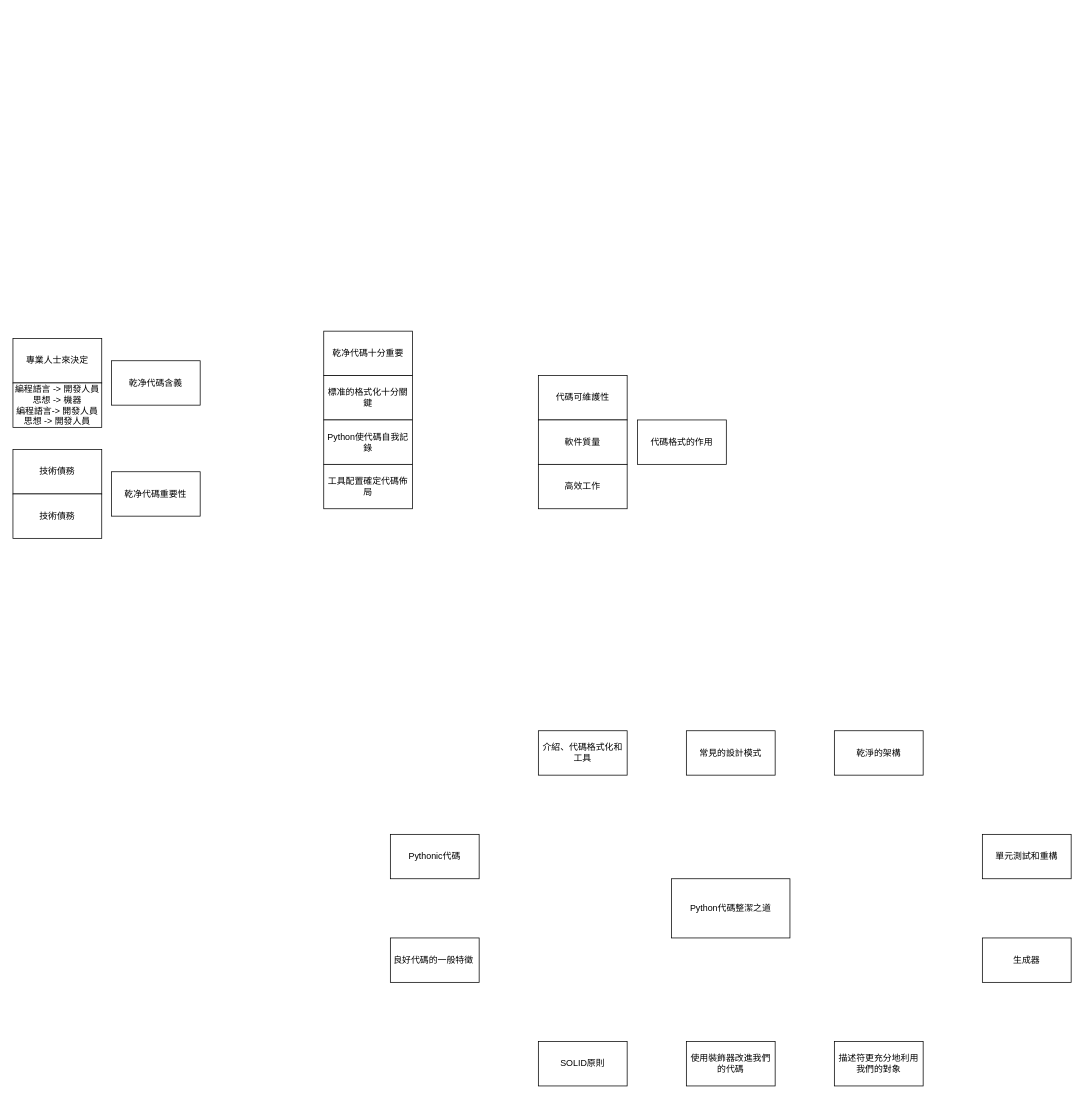
This is Python/CleanCodePython/clean_code.drawio from garylin92/Gary_Self_Media_Record, a draw.io file, before an edit. Source tidied: cells renumbered, new cells numbered last; positions are measured from the earlier drawing's top-left corner, leaving out a move shared by most shapes. Both pictures are drawn from the tidied source at 74%, with x=0, y=0 at pixel (13, 331).
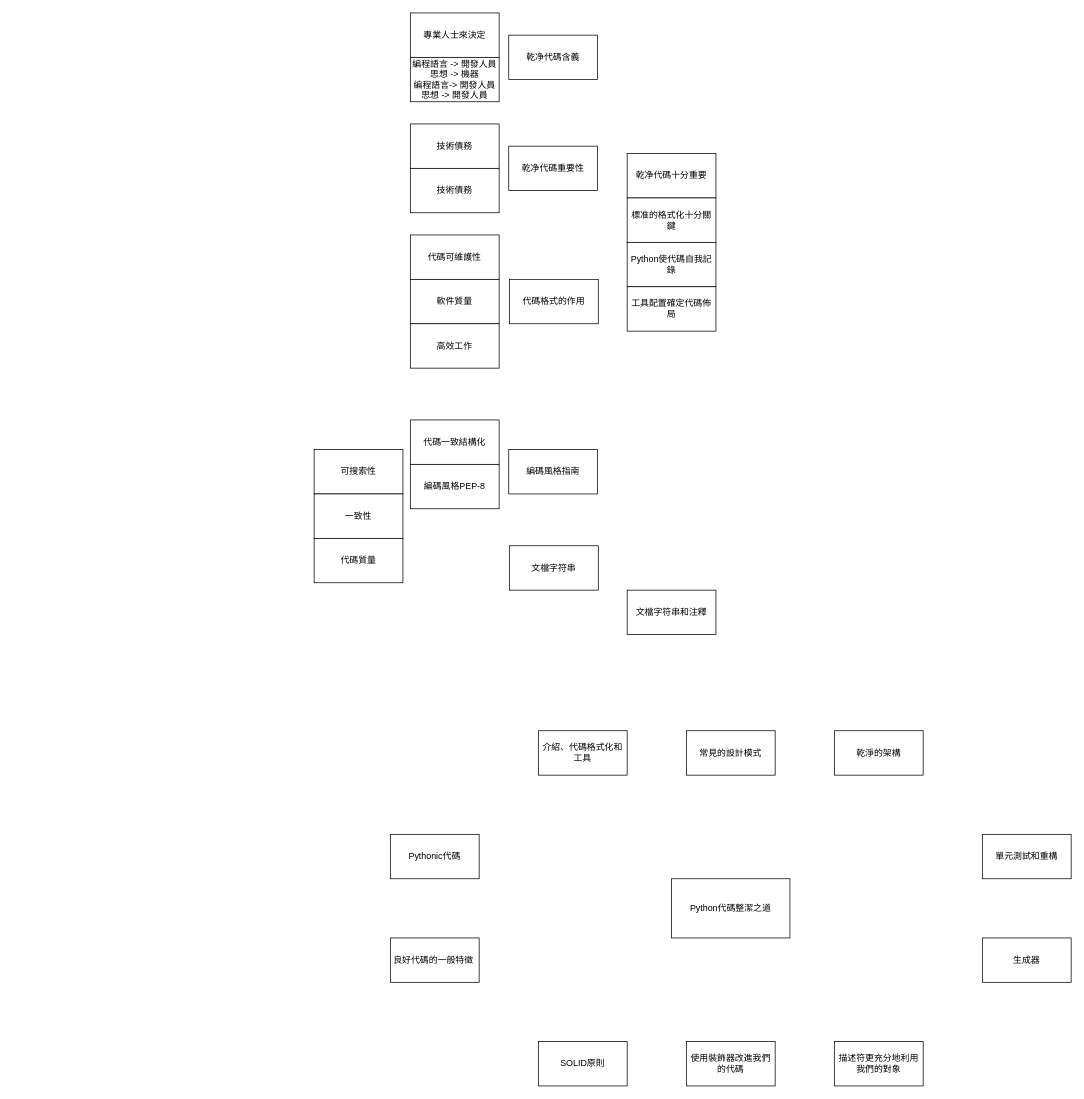
After the change.

Commit message:
[!] 更新心智圖

What changed in the source:
```diff
@@
     <mxCell id="13" value="乾净代碼十分重要" style="rounded=0;whiteSpace=wrap;html=1;" parent="1" vertex="1">
-      <mxGeometry x="420" width="120" height="60" as="geometry" />
+      <mxGeometry x="830" y="-240" width="120" height="60" as="geometry" />
     </mxCell>
     <mxCell id="14" value="標准的格式化十分關鍵" style="rounded=0;whiteSpace=wrap;html=1;" parent="1" vertex="1">
-      <mxGeometry x="420" y="60" width="120" height="60" as="geometry" />
+      <mxGeometry x="830" y="-180" width="120" height="60" as="geometry" />
     </mxCell>
     <mxCell id="15" value="Python使代碼自我記錄" style="rounded=0;whiteSpace=wrap;html=1;" parent="1" vertex="1">
-      <mxGeometry x="420" y="120" width="120" height="60" as="geometry" />
+      <mxGeometry x="830" y="-120" width="120" height="60" as="geometry" />
     </mxCell>
     <mxCell id="16" value="工具配置確定代碼佈局" style="rounded=0;whiteSpace=wrap;html=1;" parent="1" vertex="1">
-      <mxGeometry x="420" y="180" width="120" height="60" as="geometry" />
+      <mxGeometry x="830" y="-60" width="120" height="60" as="geometry" />
     </mxCell>
     <mxCell id="17" value="乾净代碼含義" style="rounded=0;whiteSpace=wrap;html=1;" parent="1" vertex="1">
-      <mxGeometry x="133" y="40" width="120" height="60" as="geometry" />
+      <mxGeometry x="670" y="-400" width="120" height="60" as="geometry" />
     </mxCell>
     <mxCell id="18" value="專業人士來決定" style="rounded=0;whiteSpace=wrap;html=1;" parent="1" vertex="1">
-      <mxGeometry y="10" width="120" height="60" as="geometry" />
+      <mxGeometry x="537" y="-430" width="120" height="60" as="geometry" />
     </mxCell>
     <mxCell id="19" value="編程語言 -&amp;gt; 開發人員思想 -&amp;gt; 機器&lt;br&gt;編程語言-&amp;gt; 開發人員思想&amp;nbsp;-&amp;gt; 開發人員" style="rounded=0;whiteSpace=wrap;html=1;" parent="1" vertex="1">
-      <mxGeometry y="70" width="120" height="60" as="geometry" />
+      <mxGeometry x="537" y="-370" width="120" height="60" as="geometry" />
     </mxCell>
     <mxCell id="20" value="乾净代碼重要性" style="rounded=0;whiteSpace=wrap;html=1;" parent="1" vertex="1">
-      <mxGeometry x="133" y="190" width="120" height="60" as="geometry" />
+      <mxGeometry x="670" y="-250" width="120" height="60" as="geometry" />
     </mxCell>
     <mxCell id="21" value="技術債務" style="rounded=0;whiteSpace=wrap;html=1;" parent="1" vertex="1">
-      <mxGeometry y="160" width="120" height="60" as="geometry" />
+      <mxGeometry x="537" y="-280" width="120" height="60" as="geometry" />
     </mxCell>
     <mxCell id="22" value="技術債務" style="rounded=0;whiteSpace=wrap;html=1;" parent="1" vertex="1">
-      <mxGeometry y="220" width="120" height="60" as="geometry" />
+      <mxGeometry x="537" y="-220" width="120" height="60" as="geometry" />
     </mxCell>
     <mxCell id="23" value="代碼格式的作用" style="rounded=0;whiteSpace=wrap;html=1;" parent="1" vertex="1">
-      <mxGeometry x="844" y="120" width="120" height="60" as="geometry" />
+      <mxGeometry x="671" y="-70" width="120" height="60" as="geometry" />
     </mxCell>
     <mxCell id="24" value="代碼可維護性" style="rounded=0;whiteSpace=wrap;html=1;" parent="1" vertex="1">
-      <mxGeometry x="710" y="60" width="120" height="60" as="geometry" />
+      <mxGeometry x="537" y="-130" width="120" height="60" as="geometry" />
     </mxCell>
     <mxCell id="25" value="軟件質量" style="rounded=0;whiteSpace=wrap;html=1;" parent="1" vertex="1">
-      <mxGeometry x="710" y="120" width="120" height="60" as="geometry" />
+      <mxGeometry x="537" y="-70" width="120" height="60" as="geometry" />
     </mxCell>
     <mxCell id="26" value="高效工作" style="rounded=0;whiteSpace=wrap;html=1;" parent="1" vertex="1">
-      <mxGeometry x="710" y="180" width="120" height="60" as="geometry" />
+      <mxGeometry x="537" y="-10" width="120" height="60" as="geometry" />
     </mxCell>
+    <mxCell id="27" value="編碼風格指南" style="rounded=0;whiteSpace=wrap;html=1;" parent="1" vertex="1">
+      <mxGeometry x="670" y="160" width="120" height="60" as="geometry" />
+    </mxCell>
+    <mxCell id="28" value="代碼一致結構化" style="rounded=0;whiteSpace=wrap;html=1;" parent="1" vertex="1">
+      <mxGeometry x="537" y="120" width="120" height="60" as="geometry" />
+    </mxCell>
+    <mxCell id="29" value="編碼風格PEP-8" style="rounded=0;whiteSpace=wrap;html=1;" parent="1" vertex="1">
+      <mxGeometry x="537" y="180" width="120" height="60" as="geometry" />
+    </mxCell>
+    <mxCell id="30" value="可搜索性" style="rounded=0;whiteSpace=wrap;html=1;" parent="1" vertex="1">
+      <mxGeometry x="407" y="160" width="120" height="60" as="geometry" />
+    </mxCell>
+    <mxCell id="31" value="一致性" style="rounded=0;whiteSpace=wrap;html=1;" parent="1" vertex="1">
+      <mxGeometry x="407" y="220" width="120" height="60" as="geometry" />
+    </mxCell>
+    <mxCell id="32" value="代碼質量" style="rounded=0;whiteSpace=wrap;html=1;" parent="1" vertex="1">
+      <mxGeometry x="407" y="280" width="120" height="60" as="geometry" />
+    </mxCell>
+    <mxCell id="33" value="文檔字符串和注釋" style="rounded=0;whiteSpace=wrap;html=1;" parent="1" vertex="1">
+      <mxGeometry x="830" y="350" width="120" height="60" as="geometry" />
+    </mxCell>
+    <mxCell id="34" value="文檔字符串" style="rounded=0;whiteSpace=wrap;html=1;" parent="1" vertex="1">
+      <mxGeometry x="671" y="290" width="120" height="60" as="geometry" />
+    </mxCell>
```
